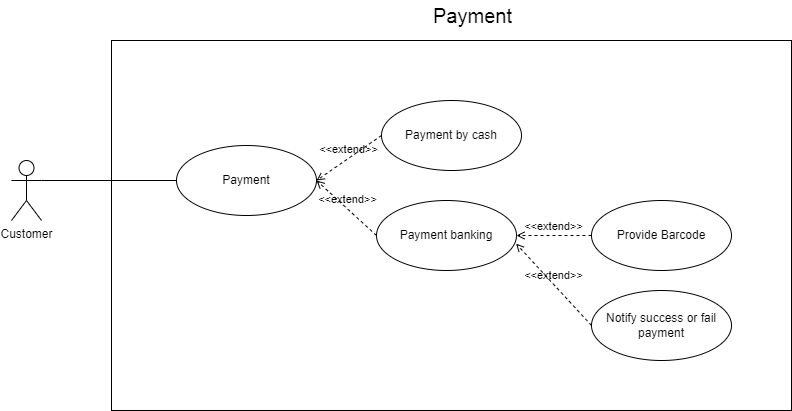
Before: contents/images/usecase/DACNPM-Payment.png, a diagram exported from draw.io (ngyngcphu/tick3D-docs). Source tidied: cells renumbered, new cells last; positions are measured from the earlier drawing's top-left corner, leaving out a move shared by most shapes.
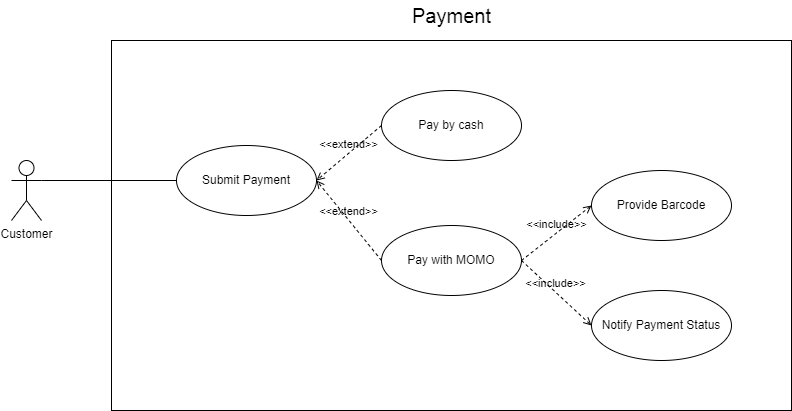
Above is the later version.

What changed in the source:
```diff
@@ -8,14 +8,14 @@
     <mxCell id="3" value="Customer" style="shape=umlActor;verticalLabelPosition=bottom;verticalAlign=top;html=1;outlineConnect=0;" parent="1" vertex="1">
       <mxGeometry y="160" width="30" height="60" as="geometry" />
     </mxCell>
-    <mxCell id="4" value="Payment" style="ellipse;whiteSpace=wrap;html=1;" parent="1" vertex="1">
+    <mxCell id="4" value="Submit Payment" style="ellipse;whiteSpace=wrap;html=1;" parent="1" vertex="1">
       <mxGeometry x="165" y="145" width="140" height="70" as="geometry" />
     </mxCell>
-    <mxCell id="5" value="Payment by cash" style="ellipse;whiteSpace=wrap;html=1;" parent="1" vertex="1">
-      <mxGeometry x="370" y="100" width="140" height="70" as="geometry" />
+    <mxCell id="5" value="Pay by cash" style="ellipse;whiteSpace=wrap;html=1;" parent="1" vertex="1">
+      <mxGeometry x="370" y="90" width="140" height="70" as="geometry" />
     </mxCell>
-    <mxCell id="6" value="Payment banking" style="ellipse;whiteSpace=wrap;html=1;" parent="1" vertex="1">
-      <mxGeometry x="365" y="200" width="140" height="70" as="geometry" />
+    <mxCell id="6" value="Pay with MOMO" style="ellipse;whiteSpace=wrap;html=1;" parent="1" vertex="1">
+      <mxGeometry x="370" y="225" width="140" height="70" as="geometry" />
     </mxCell>
     <mxCell id="7" value="&amp;lt;&amp;lt;extend&amp;gt;&amp;gt;" style="html=1;verticalAlign=bottom;labelBackgroundColor=none;endArrow=open;endFill=0;dashed=1;rounded=0;entryX=1;entryY=0.5;entryDx=0;entryDy=0;exitX=0;exitY=0.5;exitDx=0;exitDy=0;" parent="1" edge="1" source="5" target="4">
       <mxGeometry relative="1" as="geometry" />
@@ -24,22 +24,22 @@
       <mxGeometry relative="1" as="geometry" />
     </mxCell>
     <mxCell id="9" value="Provide Barcode" style="ellipse;whiteSpace=wrap;html=1;" parent="1" vertex="1">
-      <mxGeometry x="580" y="200" width="140" height="70" as="geometry" />
+      <mxGeometry x="580" y="170" width="140" height="70" as="geometry" />
     </mxCell>
-    <mxCell id="10" value="&amp;lt;&amp;lt;extend&amp;gt;&amp;gt;" style="html=1;verticalAlign=bottom;labelBackgroundColor=none;endArrow=open;endFill=0;dashed=1;rounded=0;entryX=1;entryY=0.5;entryDx=0;entryDy=0;exitX=0;exitY=0.5;exitDx=0;exitDy=0;" parent="1" edge="1" source="9" target="6">
-      <mxGeometry relative="1" as="geometry" />
-    </mxCell>
-    <mxCell id="11" value="Notify success or fail&lt;br&gt;payment" style="ellipse;whiteSpace=wrap;html=1;" parent="1" vertex="1">
+    <mxCell id="11" value="Notify Payment Status" style="ellipse;whiteSpace=wrap;html=1;" parent="1" vertex="1">
       <mxGeometry x="580" y="290" width="140" height="70" as="geometry" />
     </mxCell>
-    <mxCell id="12" value="&amp;lt;&amp;lt;extend&amp;gt;&amp;gt;" style="html=1;verticalAlign=bottom;labelBackgroundColor=none;endArrow=open;endFill=0;dashed=1;rounded=0;entryX=0.997;entryY=0.616;entryDx=0;entryDy=0;entryPerimeter=0;exitX=0;exitY=0.5;exitDx=0;exitDy=0;" parent="1" edge="1" source="11" target="6">
-      <mxGeometry relative="1" as="geometry" />
+    <mxCell id="12" value="&amp;lt;&amp;lt;include&amp;gt;&amp;gt;" style="html=1;verticalAlign=bottom;labelBackgroundColor=none;endArrow=open;endFill=0;dashed=1;rounded=0;entryX=0;entryY=0.5;entryDx=0;entryDy=0;exitX=1;exitY=0.5;exitDx=0;exitDy=0;" parent="1" edge="1" source="6" target="11">
+      <mxGeometry x="-0.02" relative="1" as="geometry" />
     </mxCell>
     <mxCell id="13" style="endArrow=none;html=1;rounded=0;exitX=1;exitY=0.3333333333333333;exitDx=0;exitDy=0;exitPerimeter=0;entryX=0;entryY=0.5;entryDx=0;entryDy=0;" parent="1" edge="1" source="3" target="4">
       <mxGeometry relative="1" as="geometry" />
     </mxCell>
     <mxCell id="14" value="&lt;span style=&quot;font-size: 20px;&quot;&gt;Payment&lt;/span&gt;" style="text;html=1;strokeColor=none;fillColor=none;align=center;verticalAlign=middle;whiteSpace=wrap;rounded=0;" parent="1" vertex="1">
-      <mxGeometry x="370" width="182.5" height="30" as="geometry" />
+      <mxGeometry x="348.8" width="182.5" height="30" as="geometry" />
     </mxCell>
+    <mxCell id="15" value="&amp;lt;&amp;lt;include&amp;gt;&amp;gt;" style="html=1;verticalAlign=bottom;labelBackgroundColor=none;endArrow=open;endFill=0;dashed=1;rounded=0;entryX=0;entryY=0.5;entryDx=0;entryDy=0;exitX=1;exitY=0.5;exitDx=0;exitDy=0;" parent="1" edge="1" source="6" target="9">
+      <mxGeometry x="-0.02" relative="1" as="geometry" />
+    </mxCell>
   </root>
 </mxGraphModel>
```
